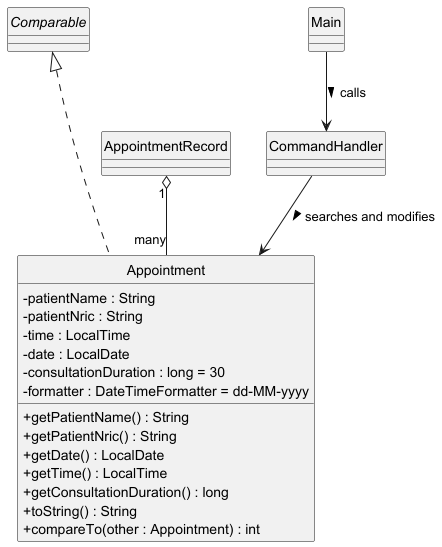
Before: docs/Appointment.png, a diagram exported from PlantUML (yentheng0110/tp). Its diagram source:
```plantuml
@startuml Appointment
skinparam classAttributeIconSize 0
hide circle

interface Comparable

Comparable <|... Appointment

class "Appointment" as Appointment {
- patientName : String
- patientNric : String
- time : LocalTime
- date : LocalDate
- consultationDuration : long = 30
- formatter : DateTimeFormatter = dd-MM-yyyy
+ getPatientName() : String
+ getPatientNric() : String
+ getDate() : LocalDate
+ getTime() : LocalTime
+ getConsultationDuration() : long
+ toString() : String
+ compareTo(other : Appointment) : int
}

class AppointmentRecord {}
class Main {}
class CommandHandler {}
class AppointmentRecord {}


CommandHandler --> Appointment : searches and modifies >
AppointmentRecord "1" o-- "many" Appointment
Main --> CommandHandler : calls >

@enduml
```
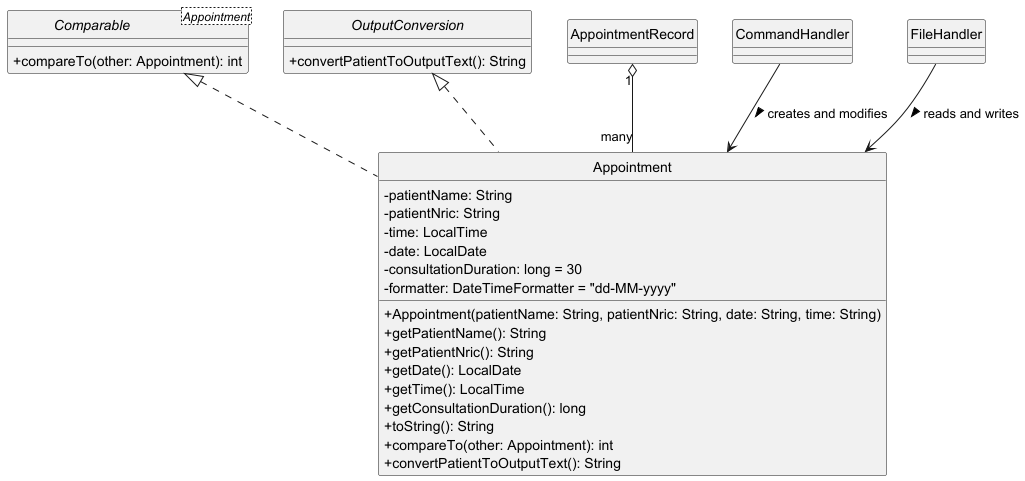
The same diagram one commit later.

Commit message:
update Appointment Class Diagram

Diff of the diagram source:
```diff
@@ -1,35 +1,47 @@
-@startuml Appointment
+@startuml
 skinparam classAttributeIconSize 0
 hide circle
 
-interface Comparable
-
-Comparable <|... Appointment
-
-class "Appointment" as Appointment {
-- patientName : String
-- patientNric : String
-- time : LocalTime
-- date : LocalDate
-- consultationDuration : long = 30
-- formatter : DateTimeFormatter = dd-MM-yyyy
-+ getPatientName() : String
-+ getPatientNric() : String
-+ getDate() : LocalDate
-+ getTime() : LocalTime
-+ getConsultationDuration() : long
-+ toString() : String
-+ compareTo(other : Appointment) : int
+interface Comparable<Appointment> {
+    +compareTo(other: Appointment): int
 }
 
-class AppointmentRecord {}
-class Main {}
-class CommandHandler {}
-class AppointmentRecord {}
+interface OutputConversion {
+    +convertPatientToOutputText(): String
+}
 
+class Appointment {
+    -patientName: String
+    -patientNric: String
+    -time: LocalTime
+    -date: LocalDate
+    -consultationDuration: long = 30
+    -formatter: DateTimeFormatter = "dd-MM-yyyy"
+    +Appointment(patientName: String, patientNric: String, date: String, time: String)
+    +getPatientName(): String
+    +getPatientNric(): String
+    +getDate(): LocalDate
+    +getTime(): LocalTime
+    +getConsultationDuration(): long
+    +toString(): String
+    +compareTo(other: Appointment): int
+    +convertPatientToOutputText(): String
+}
 
-CommandHandler --> Appointment : searches and modifies >
+class AppointmentRecord {
+}
+
+class CommandHandler {
+}
+
+class FileHandler {
+}
+
+Comparable <|.. Appointment
+OutputConversion <|.. Appointment
+
 AppointmentRecord "1" o-- "many" Appointment
-Main --> CommandHandler : calls >
+CommandHandler --> Appointment : creates and modifies >
+FileHandler --> Appointment : reads and writes >
 
 @enduml
```
